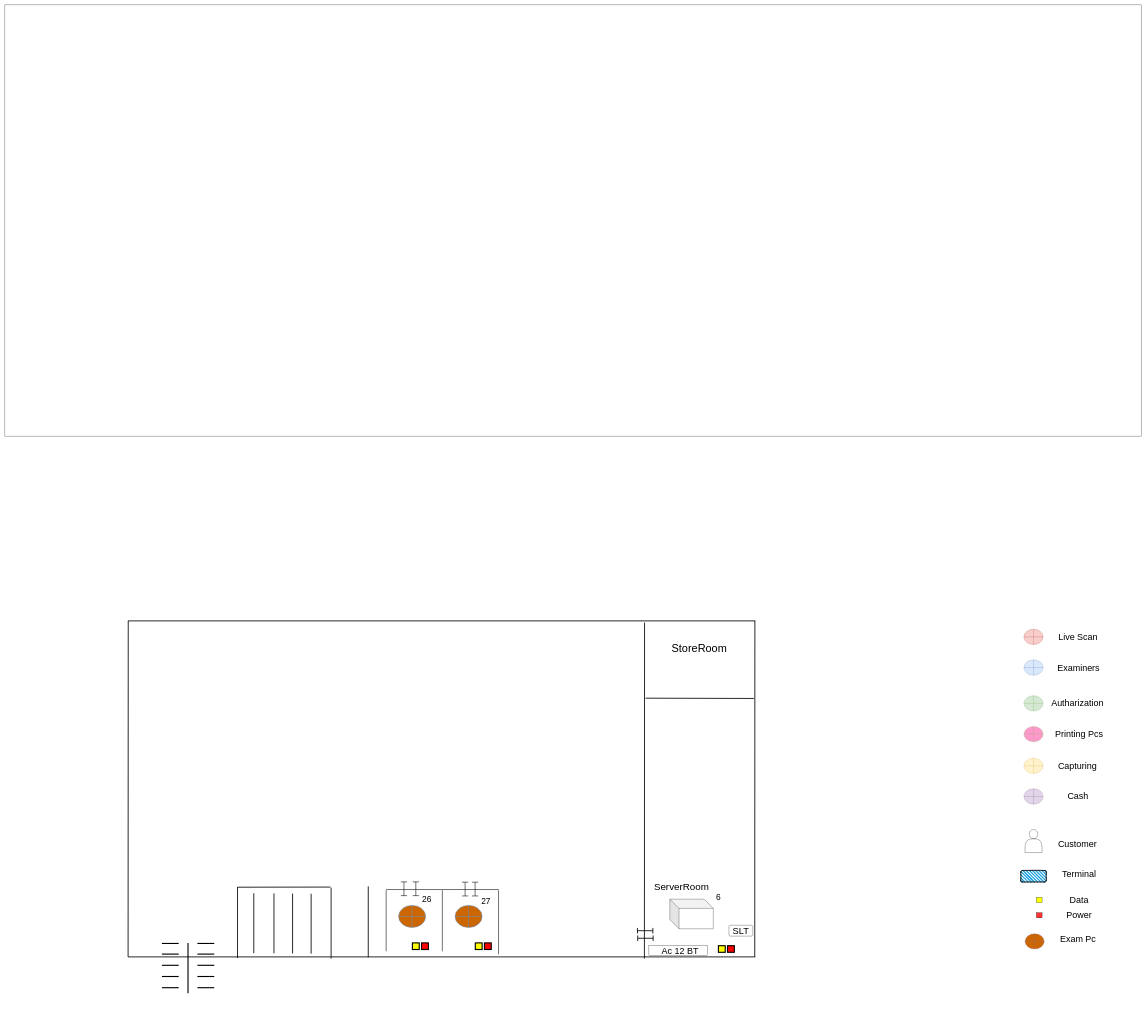
The draw.io diagram Mathale_upper.drawio in thushan-harshajeewa/dmt-diagrams, before the edit. Source tidied: cells renumbered, new cells numbered last; positions are measured from the earlier drawing's top-left corner, leaving out a move shared by most shapes. Both pictures are drawn from the tidied source at 28%, with x=0, y=0 at pixel (5, 5).
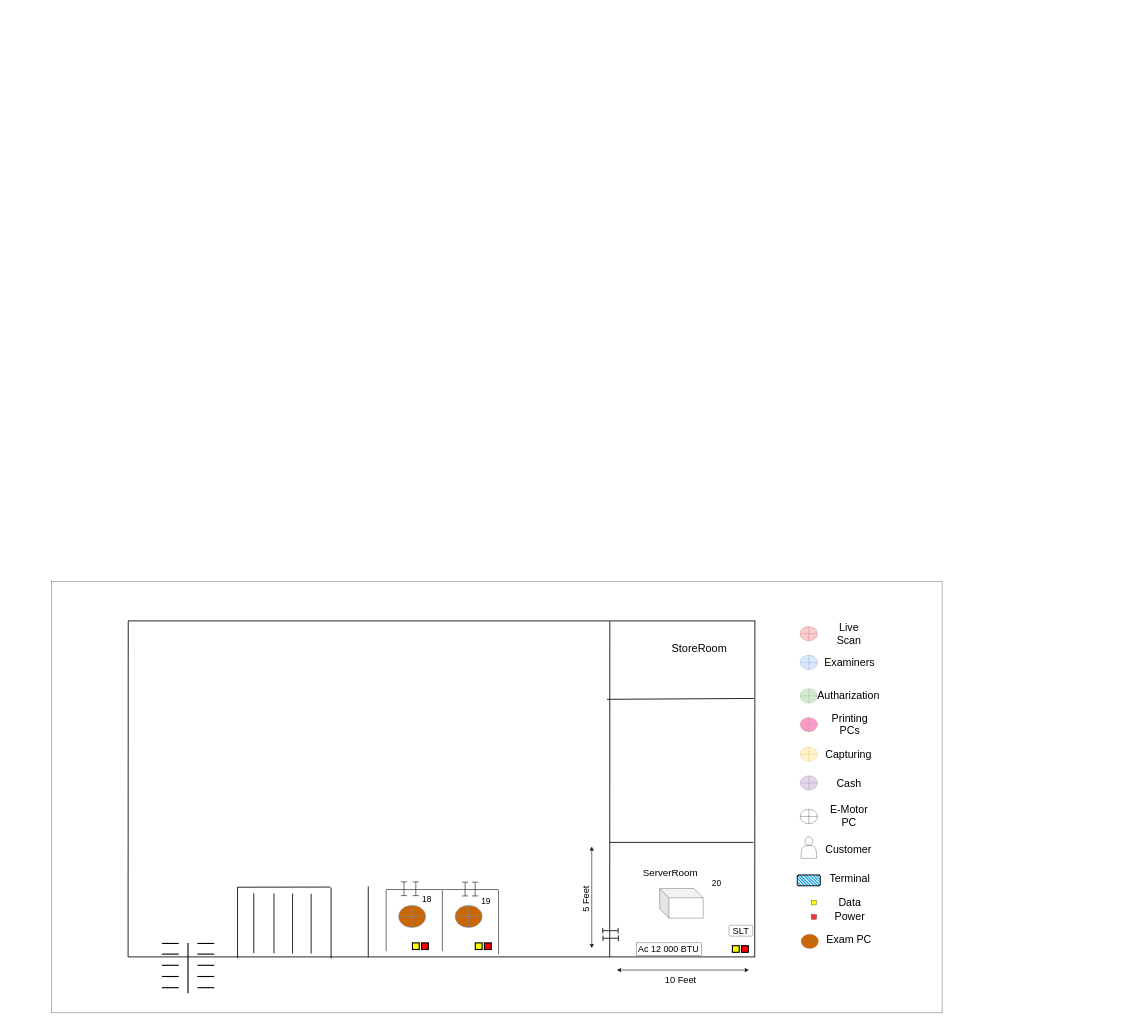
After the change.

Unchanged cells that the change refers to:
```xml
<mxCell id="28" style="group;" parent="19" vertex="1">
  <mxGeometry x="361.6" y="-17.9" width="401.4" height="258.7" as="geometry" />
</mxCell>
```

Diff of the diagram source:
```diff
@@
     <mxCell id="2" style="rounded=0;whiteSpace=wrap;html=1;" parent="1" vertex="1">
-      <mxGeometry width="4060" height="1540" as="geometry" />
+      <mxGeometry x="167" y="2060" width="3180" height="1540" as="geometry" />
     </mxCell>
@@
     <mxCell id="4" style="endArrow=none;html=1;strokeWidth=3;" parent="1" edge="1">
       <mxGeometry relative="1" as="geometry">
-        <mxPoint x="2288" y="2476" as="sourcePoint" />
+        <mxPoint x="2150" y="2480" as="sourcePoint" />
         <mxPoint x="2675" y="2477" as="targetPoint" />
       </mxGeometry>
     </mxCell>
@@
-    <mxCell id="36" value="&lt;font style=&quot;font-size: 30px;&quot;&gt;26&lt;/font&gt;" style="text;html=1;align=center;verticalAlign=middle;whiteSpace=wrap;rounded=0;strokeWidth=3;" parent="28" vertex="1">
+    <mxCell id="36" value="&lt;font style=&quot;font-size: 30px;&quot;&gt;18&lt;/font&gt;" style="text;html=1;align=center;verticalAlign=middle;whiteSpace=wrap;rounded=0;strokeWidth=3;" parent="28" vertex="1">
       <mxGeometry x="123.3" y="49.1" width="44.4" height="28.3" as="geometry" />
     </mxCell>
-    <mxCell id="37" value="&lt;font style=&quot;font-size: 30px;&quot;&gt;27&lt;/font&gt;" style="text;html=1;align=center;verticalAlign=middle;whiteSpace=wrap;rounded=0;strokeWidth=3;" parent="28" vertex="1">
+    <mxCell id="37" value="&lt;font style=&quot;font-size: 30px;&quot;&gt;19&lt;/font&gt;" style="text;html=1;align=center;verticalAlign=middle;whiteSpace=wrap;rounded=0;strokeWidth=3;" parent="28" vertex="1">
       <mxGeometry x="334.5" y="55.8" width="44.4" height="28.3" as="geometry" />
     </mxCell>
@@
     <mxCell id="47" style="shape=crossbar;whiteSpace=wrap;html=1;rounded=1;strokeWidth=3;" parent="1" vertex="1">
-      <mxGeometry x="2259.1" y="3296.4" width="55" height="20" as="geometry" />
+      <mxGeometry x="2135.1" y="3296.4" width="55" height="20" as="geometry" />
     </mxCell>
     <mxCell id="48" style="shape=crossbar;whiteSpace=wrap;html=1;rounded=1;strokeWidth=3;" parent="1" vertex="1">
-      <mxGeometry x="2260.1" y="3323.4" width="55" height="20" as="geometry" />
+      <mxGeometry x="2136.1" y="3323.4" width="55" height="20" as="geometry" />
     </mxCell>
-    <mxCell id="49" style="group;" parent="1" vertex="1">
-      <mxGeometry x="3628" y="2229.5" width="300" height="1230" as="geometry" />
-    </mxCell>
-    <mxCell id="50" value="&lt;font style=&quot;font-size: 32px;&quot;&gt;Live Scan&lt;/font&gt;" style="text;html=1;align=center;verticalAlign=middle;whiteSpace=wrap;rounded=0;" parent="49" vertex="1">
-      <mxGeometry x="113" width="182.9" height="54.8" as="geometry" />
-    </mxCell>
-    <mxCell id="51" value="&lt;font style=&quot;font-size: 32px;&quot;&gt;Examiners&lt;/font&gt;" style="text;html=1;align=center;verticalAlign=middle;whiteSpace=wrap;rounded=0;" parent="49" vertex="1">
-      <mxGeometry x="115.1" y="109.7" width="182.9" height="54.8" as="geometry" />
-    </mxCell>
-    <mxCell id="52" value="&lt;font style=&quot;font-size: 32px;&quot;&gt;Autharization&lt;/font&gt;" style="text;html=1;align=center;verticalAlign=middle;whiteSpace=wrap;rounded=0;" parent="49" vertex="1">
-      <mxGeometry x="111" y="237.6" width="182.9" height="54.8" as="geometry" />
-    </mxCell>
-    <mxCell id="53" style="shape=orEllipse;perimeter=ellipsePerimeter;whiteSpace=wrap;html=1;backgroundOutline=1;fillColor=#f8cecc;strokeColor=#b85450;" parent="49" vertex="1">
-      <mxGeometry x="11.4" width="68.6" height="54.8" as="geometry" />
-    </mxCell>
-    <mxCell id="54" style="shape=orEllipse;perimeter=ellipsePerimeter;whiteSpace=wrap;html=1;backgroundOutline=1;fillColor=#dae8fc;strokeColor=#6c8ebf;" parent="49" vertex="1">
-      <mxGeometry x="11.4" y="109.7" width="68.6" height="54.8" as="geometry" />
-    </mxCell>
-    <mxCell id="55" style="shape=orEllipse;perimeter=ellipsePerimeter;whiteSpace=wrap;html=1;backgroundOutline=1;fillColor=#d5e8d4;strokeColor=#82b366;" parent="49" vertex="1">
-      <mxGeometry x="11.4" y="237.6" width="68.6" height="54.8" as="geometry" />
-    </mxCell>
-    <mxCell id="56" style="shape=orEllipse;perimeter=ellipsePerimeter;whiteSpace=wrap;html=1;backgroundOutline=1;fillColor=#fff2cc;strokeColor=#d6b656;" parent="49" vertex="1">
-      <mxGeometry x="11.4" y="460.6" width="68.6" height="54.8" as="geometry" />
-    </mxCell>
-    <mxCell id="57" value="&lt;font style=&quot;font-size: 32px;&quot;&gt;Capturing&lt;/font&gt;" style="text;html=1;align=center;verticalAlign=middle;whiteSpace=wrap;rounded=0;" parent="49" vertex="1">
-      <mxGeometry x="111" y="460.6" width="182.9" height="54.8" as="geometry" />
-    </mxCell>
-    <mxCell id="58" style="shape=orEllipse;perimeter=ellipsePerimeter;whiteSpace=wrap;html=1;backgroundOutline=1;fillColor=#e1d5e7;strokeColor=#9673a6;" parent="49" vertex="1">
-      <mxGeometry x="11.4" y="570.2" width="68.6" height="54.8" as="geometry" />
-    </mxCell>
-    <mxCell id="59" value="&lt;font style=&quot;font-size: 32px;&quot;&gt;Cash&lt;/font&gt;" style="text;html=1;align=center;verticalAlign=middle;whiteSpace=wrap;rounded=0;" parent="49" vertex="1">
-      <mxGeometry x="113" y="570.2" width="182.9" height="54.8" as="geometry" />
-    </mxCell>
-    <mxCell id="60" style="shape=actor;whiteSpace=wrap;html=1;" parent="49" vertex="1">
-      <mxGeometry x="15.2" y="715.7" width="61" height="82.2" as="geometry" />
-    </mxCell>
-    <mxCell id="61" value="&lt;font style=&quot;font-size: 32px;&quot;&gt;Customer&lt;/font&gt;" style="text;html=1;align=center;verticalAlign=middle;whiteSpace=wrap;rounded=0;" parent="49" vertex="1">
-      <mxGeometry x="111" y="738.6" width="182.9" height="54.8" as="geometry" />
-    </mxCell>
-    <mxCell id="62" style="rounded=1;whiteSpace=wrap;html=1;strokeWidth=2;fillWeight=4;hachureGap=8;hachureAngle=45;fillColor=#1ba1e2;sketch=1;" parent="49" vertex="1">
-      <mxGeometry y="861.9" width="91.5" height="41.1" as="geometry" />
-    </mxCell>
-    <mxCell id="63" value="&lt;font style=&quot;font-size: 32px;&quot;&gt;Terminal&lt;/font&gt;" style="text;html=1;align=center;verticalAlign=middle;whiteSpace=wrap;rounded=0;" parent="49" vertex="1">
-      <mxGeometry x="117.1" y="848.2" width="182.9" height="54.8" as="geometry" />
-    </mxCell>
-    <mxCell id="64" value="&lt;font style=&quot;font-size: 32px;&quot;&gt;Data&lt;/font&gt;" style="text;html=1;align=center;verticalAlign=middle;whiteSpace=wrap;rounded=0;" parent="49" vertex="1">
-      <mxGeometry x="117.1" y="939.6" width="182.9" height="54.8" as="geometry" />
-    </mxCell>
-    <mxCell id="65" style="rounded=0;whiteSpace=wrap;html=1;fillColor=#FFFF00;" parent="49" vertex="1">
-      <mxGeometry x="55.9" y="957.9" width="20.3" height="18.3" as="geometry" />
-    </mxCell>
-    <mxCell id="66" style="rounded=0;whiteSpace=wrap;html=1;fillColor=#FF3333;" parent="49" vertex="1">
-      <mxGeometry x="55.9" y="1012.7" width="20.3" height="18.3" as="geometry" />
-    </mxCell>
-    <mxCell id="67" value="&lt;font style=&quot;font-size: 32px;&quot;&gt;Power&lt;/font&gt;" style="text;html=1;align=center;verticalAlign=middle;whiteSpace=wrap;rounded=0;" parent="49" vertex="1">
-      <mxGeometry x="117.1" y="994.4" width="182.9" height="54.8" as="geometry" />
-    </mxCell>
-    <mxCell id="68" style="shape=orEllipse;perimeter=ellipsePerimeter;whiteSpace=wrap;html=1;backgroundOutline=1;fillColor=#CC6600;strokeColor=#9673a6;" parent="49" vertex="1">
-      <mxGeometry x="15.2" y="1087.6" width="68.6" height="54.8" as="geometry" />
-    </mxCell>
-    <mxCell id="69" value="&lt;font style=&quot;font-size: 32px;&quot;&gt;Exam Pc&lt;/font&gt;&lt;div&gt;&lt;br&gt;&lt;/div&gt;" style="text;html=1;align=center;verticalAlign=middle;whiteSpace=wrap;rounded=0;" parent="49" vertex="1">
-      <mxGeometry x="113" y="1087.6" width="182.9" height="54.8" as="geometry" />
-    </mxCell>
-    <mxCell id="70" value="&lt;font style=&quot;font-size: 32px;&quot;&gt;Printing Pcs&lt;/font&gt;" style="text;html=1;align=center;verticalAlign=middle;whiteSpace=wrap;rounded=0;" parent="49" vertex="1">
-      <mxGeometry x="117.1" y="347.3" width="182.9" height="54.8" as="geometry" />
-    </mxCell>
-    <mxCell id="71" style="shape=orEllipse;perimeter=ellipsePerimeter;whiteSpace=wrap;html=1;backgroundOutline=1;fillColor=#FF99CC;strokeColor=#82b366;" parent="49" vertex="1">
-      <mxGeometry x="11.4" y="347.3" width="68.6" height="54.8" as="geometry" />
-    </mxCell>
     <mxCell id="72" style="endArrow=none;html=1;strokeWidth=3;" parent="1" edge="1">
       <mxGeometry relative="1" as="geometry">
-        <mxPoint x="2284" y="3406" as="sourcePoint" />
-        <mxPoint x="2284.5" y="2206" as="targetPoint" />
+        <mxPoint x="2160" y="3401" as="sourcePoint" />
+        <mxPoint x="2160.5" y="2201" as="targetPoint" />
       </mxGeometry>
     </mxCell>
     <mxCell id="73" value="&lt;font style=&quot;font-size: 35px;&quot;&gt;ServerRoom&lt;/font&gt;" style="text;html=1;align=center;verticalAlign=middle;whiteSpace=wrap;rounded=0;" parent="1" vertex="1">
-      <mxGeometry x="2354.6" y="3140" width="123" height="14.2" as="geometry" />
+      <mxGeometry x="2314.6" y="3090" width="123" height="14.2" as="geometry" />
     </mxCell>
     <mxCell id="74" style="shape=cube;whiteSpace=wrap;html=1;boundedLbl=1;backgroundOutline=1;darkOpacity=0.05;darkOpacity2=0.1;size=33;" parent="1" vertex="1">
-      <mxGeometry x="2374.6" y="3193.8" width="155.5" height="105.7" as="geometry" />
+      <mxGeometry x="2338.6" y="3155.8" width="155.5" height="105.7" as="geometry" />
     </mxCell>
@@
     <mxCell id="76" style="rounded=0;whiteSpace=wrap;html=1;direction=south;" parent="1" vertex="1">
-      <mxGeometry x="2300" y="3360" width="210" height="34" as="geometry" />
+      <mxGeometry x="2257" y="3350" width="230" height="44" as="geometry" />
     </mxCell>
-    <mxCell id="77" value="&lt;font style=&quot;font-size: 32px;&quot;&gt;Ac 12 BT&lt;/font&gt;" style="text;html=1;align=center;verticalAlign=middle;whiteSpace=wrap;rounded=0;rotation=0;strokeWidth=2;" parent="1" vertex="1">
-      <mxGeometry x="2334" y="3375.6" width="155" height="5.7" as="geometry" />
+    <mxCell id="77" value="&lt;font style=&quot;font-size: 32px;&quot;&gt;Ac 12 000 BTU&lt;/font&gt;" style="text;html=1;align=center;verticalAlign=middle;whiteSpace=wrap;rounded=0;rotation=0;strokeWidth=2;" parent="1" vertex="1">
+      <mxGeometry x="2252" y="3369.6" width="236" height="5.7" as="geometry" />
     </mxCell>
@@
     <mxCell id="79" style="rounded=0;whiteSpace=wrap;html=1;fillColor=#FFFF00;strokeWidth=4;" parent="1" vertex="1">
-      <mxGeometry x="2548.2" y="3360" width="24.4" height="23.6" as="geometry" />
+      <mxGeometry x="2598.2" y="3360" width="24.4" height="23.6" as="geometry" />
     </mxCell>
     <mxCell id="80" style="rounded=0;whiteSpace=wrap;html=1;fillColor=#FF0000;strokeWidth=4;" parent="1" vertex="1">
-      <mxGeometry x="2580.7" y="3360" width="24.4" height="23.6" as="geometry" />
+      <mxGeometry x="2630.7" y="3360" width="24.4" height="23.6" as="geometry" />
     </mxCell>
-    <mxCell id="81" value="&lt;font style=&quot;font-size: 30px;&quot;&gt;6&lt;/font&gt;" style="text;html=1;align=center;verticalAlign=middle;whiteSpace=wrap;rounded=0;strokeWidth=4;" parent="1" vertex="1">
-      <mxGeometry x="2523.7" y="3177.8" width="48.9" height="14.2" as="geometry" />
+    <mxCell id="81" value="&lt;font style=&quot;font-size: 30px;&quot;&gt;20&lt;/font&gt;" style="text;html=1;align=center;verticalAlign=middle;whiteSpace=wrap;rounded=0;strokeWidth=4;" parent="1" vertex="1">
+      <mxGeometry x="2517.1" y="3130" width="48.9" height="14.2" as="geometry" />
     </mxCell>
+    <mxCell id="82" style="group;" parent="1" vertex="1">
+      <mxGeometry x="2830" y="2220" width="270" height="1150" as="geometry" />
+    </mxCell>
+    <mxCell id="50" value="&lt;font style=&quot;font-size: 38px;&quot;&gt;Live Scan&lt;/font&gt;" style="text;html=1;align=center;verticalAlign=middle;whiteSpace=wrap;rounded=0;" parent="82" vertex="1">
+      <mxGeometry x="101.7" width="164.6" height="51.3" as="geometry" />
+    </mxCell>
+    <mxCell id="51" value="&lt;font style=&quot;font-size: 38px;&quot;&gt;Examiners&lt;/font&gt;" style="text;html=1;align=center;verticalAlign=middle;whiteSpace=wrap;rounded=0;" parent="82" vertex="1">
+      <mxGeometry x="103.6" y="102.5" width="164.6" height="51.3" as="geometry" />
+    </mxCell>
+    <mxCell id="52" value="&lt;font style=&quot;font-size: 38px;&quot;&gt;Autharization&lt;/font&gt;" style="text;html=1;align=center;verticalAlign=middle;whiteSpace=wrap;rounded=0;" parent="82" vertex="1">
+      <mxGeometry x="99.9" y="222.1" width="164.6" height="51.3" as="geometry" />
+    </mxCell>
+    <mxCell id="83" style="shape=orEllipse;perimeter=ellipsePerimeter;whiteSpace=wrap;html=1;backgroundOutline=1;fillColor=#f8cecc;strokeColor=#b85450;" parent="82" vertex="1">
+      <mxGeometry x="10.3" width="61.7" height="51.3" as="geometry" />
+    </mxCell>
+    <mxCell id="84" style="shape=orEllipse;perimeter=ellipsePerimeter;whiteSpace=wrap;html=1;backgroundOutline=1;fillColor=#dae8fc;strokeColor=#6c8ebf;" parent="82" vertex="1">
+      <mxGeometry x="10.3" y="102.5" width="61.7" height="51.3" as="geometry" />
+    </mxCell>
+    <mxCell id="85" style="shape=orEllipse;perimeter=ellipsePerimeter;whiteSpace=wrap;html=1;backgroundOutline=1;fillColor=#d5e8d4;strokeColor=#82b366;" parent="82" vertex="1">
+      <mxGeometry x="10.3" y="222.1" width="61.7" height="51.3" as="geometry" />
+    </mxCell>
+    <mxCell id="86" style="shape=orEllipse;perimeter=ellipsePerimeter;whiteSpace=wrap;html=1;backgroundOutline=1;fillColor=#fff2cc;strokeColor=#d6b656;" parent="82" vertex="1">
+      <mxGeometry x="10.3" y="430.6" width="61.7" height="51.3" as="geometry" />
+    </mxCell>
+    <mxCell id="57" value="&lt;font style=&quot;font-size: 38px;&quot;&gt;Capturing&lt;/font&gt;" style="text;html=1;align=center;verticalAlign=middle;whiteSpace=wrap;rounded=0;" parent="82" vertex="1">
+      <mxGeometry x="99.9" y="430.6" width="164.6" height="51.3" as="geometry" />
+    </mxCell>
+    <mxCell id="87" style="shape=orEllipse;perimeter=ellipsePerimeter;whiteSpace=wrap;html=1;backgroundOutline=1;fillColor=#e1d5e7;strokeColor=#9673a6;" parent="82" vertex="1">
+      <mxGeometry x="10.3" y="533.1" width="61.7" height="51.3" as="geometry" />
+    </mxCell>
+    <mxCell id="59" value="&lt;font style=&quot;font-size: 38px;&quot;&gt;Cash&lt;/font&gt;" style="text;html=1;align=center;verticalAlign=middle;whiteSpace=wrap;rounded=0;" parent="82" vertex="1">
+      <mxGeometry x="101.7" y="533.1" width="164.6" height="51.3" as="geometry" />
+    </mxCell>
+    <mxCell id="88" style="shape=orEllipse;perimeter=ellipsePerimeter;whiteSpace=wrap;html=1;backgroundOutline=1;" parent="82" vertex="1">
+      <mxGeometry x="10.3" y="652.7" width="61.7" height="51.3" as="geometry" />
+    </mxCell>
+    <mxCell id="89" value="&lt;font style=&quot;font-size: 38px;&quot;&gt;E-Motor PC&lt;/font&gt;" style="text;html=1;align=center;verticalAlign=middle;whiteSpace=wrap;rounded=0;" parent="82" vertex="1">
+      <mxGeometry x="101.7" y="652.7" width="164.6" height="51.3" as="geometry" />
+    </mxCell>
+    <mxCell id="90" style="shape=actor;whiteSpace=wrap;html=1;" parent="82" vertex="1">
+      <mxGeometry x="13.7" y="751" width="54.9" height="76.9" as="geometry" />
+    </mxCell>
+    <mxCell id="61" value="&lt;font style=&quot;font-size: 38px;&quot;&gt;Customer&lt;/font&gt;" style="text;html=1;align=center;verticalAlign=middle;whiteSpace=wrap;rounded=0;" parent="82" vertex="1">
+      <mxGeometry x="99.9" y="772.4" width="164.6" height="51.3" as="geometry" />
+    </mxCell>
+    <mxCell id="91" style="rounded=1;whiteSpace=wrap;html=1;strokeWidth=2;fillWeight=4;hachureGap=8;hachureAngle=45;fillColor=#1ba1e2;sketch=1;" parent="82" vertex="1">
+      <mxGeometry y="887.7" width="82.3" height="38.4" as="geometry" />
+    </mxCell>
+    <mxCell id="63" value="&lt;font style=&quot;font-size: 38px;&quot;&gt;Terminal&lt;/font&gt;" style="text;html=1;align=center;verticalAlign=middle;whiteSpace=wrap;rounded=0;" parent="82" vertex="1">
+      <mxGeometry x="105.4" y="874.9" width="164.6" height="51.3" as="geometry" />
+    </mxCell>
+    <mxCell id="64" value="&lt;font style=&quot;font-size: 38px;&quot;&gt;Data&lt;/font&gt;" style="text;html=1;align=center;verticalAlign=middle;whiteSpace=wrap;rounded=0;" parent="82" vertex="1">
+      <mxGeometry x="105.4" y="960.3" width="164.6" height="51.3" as="geometry" />
+    </mxCell>
+    <mxCell id="92" style="rounded=0;whiteSpace=wrap;html=1;fillColor=#FFFF00;" parent="82" vertex="1">
+      <mxGeometry x="50.3" y="977.4" width="18.3" height="17.1" as="geometry" />
+    </mxCell>
+    <mxCell id="93" style="rounded=0;whiteSpace=wrap;html=1;fillColor=#FF3333;" parent="82" vertex="1">
+      <mxGeometry x="50.3" y="1028.7" width="18.3" height="17.1" as="geometry" />
+    </mxCell>
+    <mxCell id="67" value="&lt;font style=&quot;font-size: 38px;&quot;&gt;Power&lt;/font&gt;" style="text;html=1;align=center;verticalAlign=middle;whiteSpace=wrap;rounded=0;" parent="82" vertex="1">
+      <mxGeometry x="105.4" y="1011.6" width="164.6" height="51.3" as="geometry" />
+    </mxCell>
+    <mxCell id="94" style="shape=orEllipse;perimeter=ellipsePerimeter;whiteSpace=wrap;html=1;backgroundOutline=1;fillColor=#CC6600;strokeColor=#9673a6;" parent="82" vertex="1">
+      <mxGeometry x="13.7" y="1098.7" width="61.7" height="51.3" as="geometry" />
+    </mxCell>
+    <mxCell id="95" value="&lt;font style=&quot;font-size: 38px;&quot;&gt;Exam PC&lt;/font&gt;&lt;div&gt;&lt;br&gt;&lt;/div&gt;" style="text;html=1;align=center;verticalAlign=middle;whiteSpace=wrap;rounded=0;" parent="82" vertex="1">
+      <mxGeometry x="101.7" y="1098.7" width="164.6" height="51.3" as="geometry" />
+    </mxCell>
+    <mxCell id="96" value="&lt;font style=&quot;font-size: 38px;&quot;&gt;Printing PCs&lt;/font&gt;" style="text;html=1;align=center;verticalAlign=middle;whiteSpace=wrap;rounded=0;" parent="82" vertex="1">
+      <mxGeometry x="105.4" y="324.7" width="164.6" height="51.3" as="geometry" />
+    </mxCell>
+    <mxCell id="97" style="shape=orEllipse;perimeter=ellipsePerimeter;whiteSpace=wrap;html=1;backgroundOutline=1;fillColor=#FF99CC;strokeColor=#82b366;" parent="82" vertex="1">
+      <mxGeometry x="10.3" y="324.7" width="61.7" height="51.3" as="geometry" />
+    </mxCell>
+    <mxCell id="98" style="endArrow=none;html=1;strokeWidth=3;" parent="1" edge="1">
+      <mxGeometry relative="1" as="geometry">
+        <mxPoint x="2160" y="2991" as="sourcePoint" />
+        <mxPoint x="2673.5" y="2991" as="targetPoint" />
+      </mxGeometry>
+    </mxCell>
+    <mxCell id="99" style="endArrow=classic;startArrow=classic;html=1;endSize=10;startSize=10;strokeWidth=2;" parent="1" edge="1">
+      <mxGeometry relative="1" as="geometry">
+        <mxPoint x="2096" y="3368.4" as="sourcePoint" />
+        <mxPoint x="2096" y="3006" as="targetPoint" />
+      </mxGeometry>
+    </mxCell>
+    <mxCell id="100" value="&lt;font style=&quot;font-size: 33px;&quot;&gt;5 Feet&amp;nbsp;&lt;/font&gt;" style="text;html=1;align=center;verticalAlign=middle;whiteSpace=wrap;rounded=0;strokeWidth=4;rotation=270;" parent="1" vertex="1">
+      <mxGeometry x="2020" y="3181" width="110" height="14.2" as="geometry" />
+    </mxCell>
+    <mxCell id="101" style="endArrow=classic;startArrow=classic;html=1;endSize=10;startSize=10;strokeWidth=2;" parent="1" edge="1">
+      <mxGeometry relative="1" as="geometry">
+        <mxPoint x="2186" y="3447" as="sourcePoint" />
+        <mxPoint x="2657" y="3447" as="targetPoint" />
+      </mxGeometry>
+    </mxCell>
+    <mxCell id="102" value="&lt;font style=&quot;font-size: 33px;&quot;&gt;10 Feet&amp;nbsp;&lt;/font&gt;" style="text;html=1;align=center;verticalAlign=middle;whiteSpace=wrap;rounded=0;strokeWidth=4;rotation=0;" parent="1" vertex="1">
+      <mxGeometry x="2319" y="3473" width="198" height="14.2" as="geometry" />
+    </mxCell>
```
